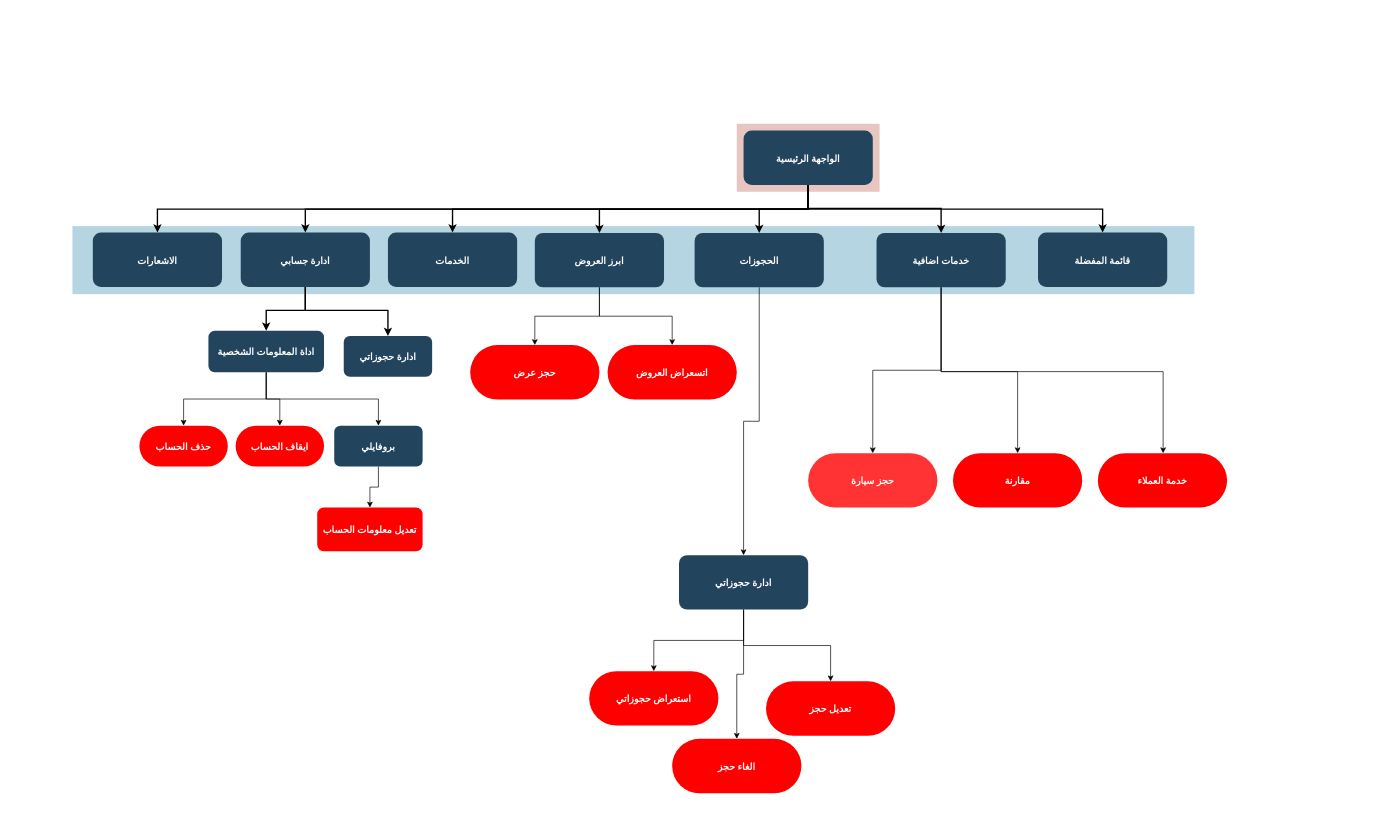
Before: BeautyClientDiagram.drawio in MahmoudAlali/andclinicpatient-new, a draw.io diagram. Source tidied: cells renumbered, new cells numbered last; positions are measured from the earlier drawing's top-left corner, leaving out a move shared by most shapes. Both pictures are drawn from the tidied source at 68%, with x=0, y=0 at pixel (72, 124).
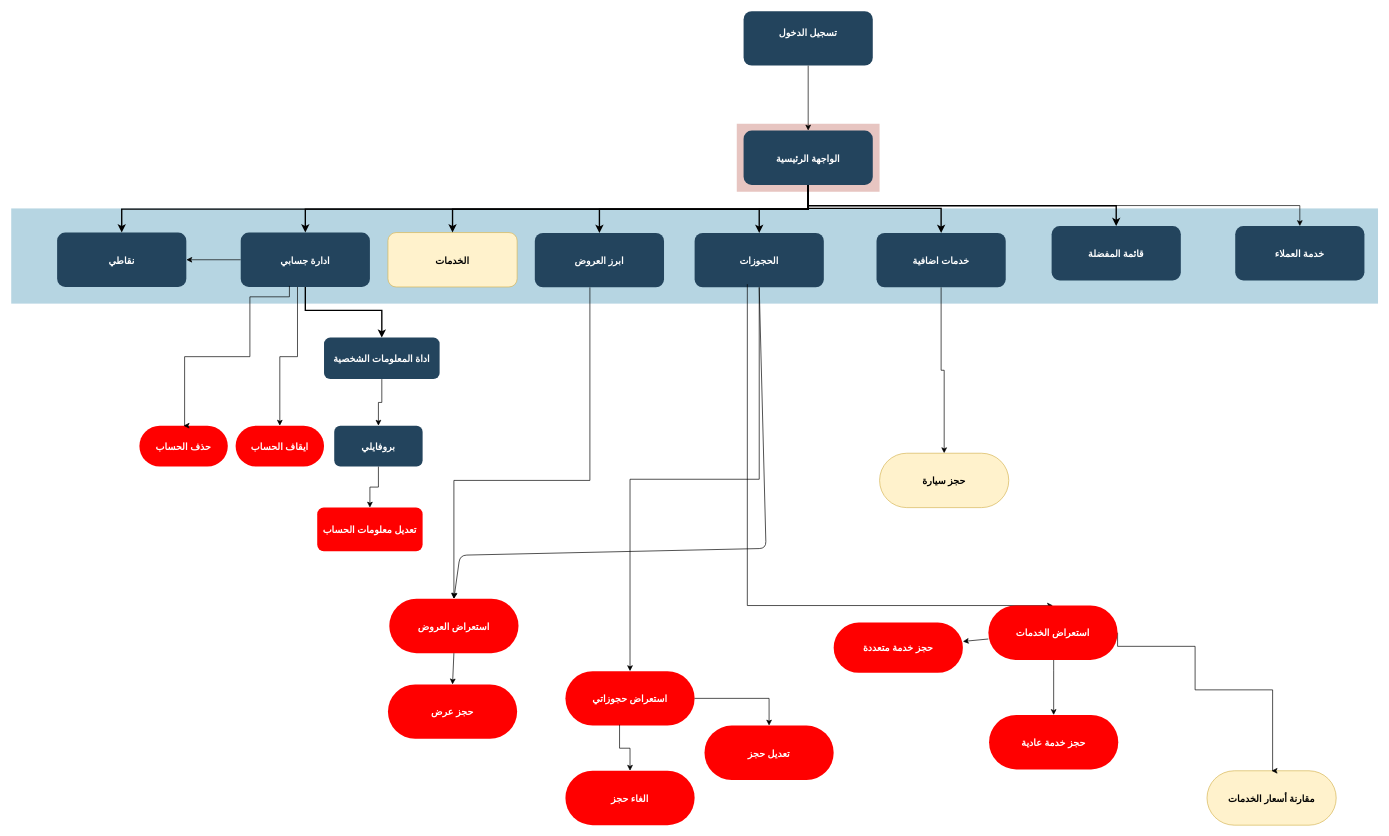
The same diagram, later.

The change refers to these unchanged cells:
```xml
<mxCell id="4" value="الواجهة الرئيسية" style="rounded=1;fillColor=#23445D;gradientColor=none;strokeColor=none;fontColor=#FFFFFF;fontStyle=1;fontFamily=Tahoma;fontSize=14;" parent="1" vertex="1">
  <mxGeometry x="987" y="9.5" width="190" height="80" as="geometry" />
</mxCell>
<mxCell id="6" value="الحجوزات" style="rounded=1;fillColor=#23445D;gradientColor=none;strokeColor=none;fontColor=#FFFFFF;fontStyle=1;fontFamily=Tahoma;fontSize=14;" parent="1" vertex="1">
  <mxGeometry x="915" y="160" width="190" height="80" as="geometry" />
</mxCell>
<mxCell id="12" value="ابرز العروض" style="rounded=1;fillColor=#23445D;gradientColor=none;strokeColor=none;fontColor=#FFFFFF;fontStyle=1;fontFamily=Tahoma;fontSize=14;" parent="1" vertex="1">
  <mxGeometry x="680" y="160" width="190" height="80" as="geometry" />
</mxCell>
<mxCell id="17" value="ادارة جسابي" style="rounded=1;fillColor=#23445D;gradientColor=none;strokeColor=none;fontColor=#FFFFFF;fontStyle=1;fontFamily=Tahoma;fontSize=14;" parent="1" vertex="1">
  <mxGeometry x="247.5" y="159.5" width="190" height="80" as="geometry" />
</mxCell>
<mxCell id="28" value="حذف الحساب" style="rounded=1;fillColor=#FF0000;gradientColor=none;strokeColor=none;fontColor=#FFFFFF;fontStyle=1;fontFamily=Tahoma;fontSize=14;arcSize=50;" parent="1" vertex="1">
  <mxGeometry x="98.5" y="443.5" width="130" height="60" as="geometry" />
</mxCell>
<mxCell id="29" value="ايقاف الحساب" style="rounded=1;fillColor=#FF0000;gradientColor=none;strokeColor=none;fontColor=#FFFFFF;fontStyle=1;fontFamily=Tahoma;fontSize=14;arcSize=50;" parent="1" vertex="1">
  <mxGeometry x="240" y="443.5" width="130" height="60" as="geometry" />
</mxCell>
<mxCell id="36" value="خدمات اضافية" style="rounded=1;fillColor=#23445D;gradientColor=none;strokeColor=none;fontColor=#FFFFFF;fontStyle=1;fontFamily=Tahoma;fontSize=14;" parent="1" vertex="1">
  <mxGeometry x="1182.5" y="160" width="190" height="80" as="geometry" />
</mxCell>
```

Change to the diagram source:
```diff
@@
     <mxCell id="3" style="fillColor=#10739E;strokeColor=none;opacity=30;" parent="1" vertex="1">
-      <mxGeometry y="150" width="1650" height="100" as="geometry" />
+      <mxGeometry x="-90" y="124" width="2010" height="140" as="geometry" />
     </mxCell>
@@
-    <mxCell id="5" style="edgeStyle=orthogonalEdgeStyle;rounded=0;jettySize=auto;html=1;" parent="1" edge="1" source="6" target="8">
-      <mxGeometry relative="1" as="geometry" />
-    </mxCell>
@@
-    <mxCell id="7" style="edgeStyle=orthogonalEdgeStyle;rounded=0;jettySize=auto;html=1;" parent="1" edge="1" source="8" target="9">
+    <mxCell id="7" style="edgeStyle=orthogonalEdgeStyle;rounded=0;jettySize=auto;html=1;exitX=0.5;exitY=1;exitDx=0;exitDy=0;" parent="1" edge="1" source="6" target="9">
       <mxGeometry relative="1" as="geometry" />
     </mxCell>
-    <mxCell id="8" value="ادارة حجوزاتي" style="rounded=1;fillColor=#23445D;gradientColor=none;strokeColor=none;fontColor=#FFFFFF;fontStyle=1;fontFamily=Tahoma;fontSize=14;" parent="1" vertex="1">
-      <mxGeometry x="892" y="634" width="190" height="80" as="geometry" />
-    </mxCell>
+    <mxCell id="49" style="edgeStyle=orthogonalEdgeStyle;rounded=0;jettySize=auto;html=1;entryX=0.5;entryY=0;entryDx=0;entryDy=0;exitX=0.408;exitY=0.942;exitDx=0;exitDy=0;exitPerimeter=0;" parent="1" edge="1" source="6" target="57">
+      <mxGeometry relative="1" as="geometry">
+        <Array as="points">
+          <mxPoint x="993" y="708" />
+        </Array>
+      </mxGeometry>
+    </mxCell>
     <mxCell id="9" value="استعراض حجوزاتي" style="rounded=1;fillColor=#FF0000;gradientColor=none;strokeColor=none;fontColor=#FFFFFF;fontStyle=1;fontFamily=Tahoma;fontSize=14;arcSize=50;" parent="1" vertex="1">
-      <mxGeometry x="760" y="804.5" width="190" height="80" as="geometry" />
+      <mxGeometry x="725" y="804.5" width="190" height="80" as="geometry" />
     </mxCell>
@@
-    <mxCell id="11" style="edgeStyle=orthogonalEdgeStyle;rounded=0;jettySize=auto;html=1;" parent="1" edge="1" source="12" target="14">
-      <mxGeometry relative="1" as="geometry" />
+    <mxCell id="11" style="edgeStyle=orthogonalEdgeStyle;rounded=0;jettySize=auto;html=1;entryX=0.5;entryY=0;entryDx=0;entryDy=0;" parent="1" edge="1" source="12" target="59">
+      <mxGeometry relative="1" as="geometry">
+        <Array as="points">
+          <mxPoint x="761" y="524" />
+          <mxPoint x="561" y="524" />
+        </Array>
+      </mxGeometry>
     </mxCell>
@@
-    <mxCell id="13" style="edgeStyle=orthogonalEdgeStyle;rounded=0;jettySize=auto;html=1;exitX=0.5;exitY=1;exitDx=0;exitDy=0;" parent="1" edge="1" source="12" target="15">
-      <mxGeometry relative="1" as="geometry" />
-    </mxCell>
-    <mxCell id="14" value="حجز عرض" style="rounded=1;fillColor=#FF0000;gradientColor=none;strokeColor=none;fontColor=#FFFFFF;fontStyle=1;fontFamily=Tahoma;fontSize=14;arcSize=50;" parent="1" vertex="1">
-      <mxGeometry x="585" y="325" width="190" height="80" as="geometry" />
-    </mxCell>
-    <mxCell id="15" value="اتسعراض العروض" style="rounded=1;fillColor=#FF0000;gradientColor=none;strokeColor=none;fontColor=#FFFFFF;fontStyle=1;fontFamily=Tahoma;fontSize=14;arcSize=50;" parent="1" vertex="1">
-      <mxGeometry x="787" y="325" width="190" height="80" as="geometry" />
-    </mxCell>
-    <mxCell id="16" value="الخدمات" style="rounded=1;fillColor=#23445D;gradientColor=none;strokeColor=none;fontColor=#FFFFFF;fontStyle=1;fontFamily=Tahoma;fontSize=14;" parent="1" vertex="1">
+    <mxCell id="16" value="الخدمات" style="rounded=1;fillColor=#fff2cc;strokeColor=#d6b656;fontStyle=1;fontFamily=Tahoma;fontSize=14;" parent="1" vertex="1">
       <mxGeometry x="464" y="159.5" width="190" height="80" as="geometry" />
     </mxCell>
+    <mxCell id="50" style="edgeStyle=orthogonalEdgeStyle;rounded=0;jettySize=auto;html=1;" parent="1" edge="1" source="17" target="51">
+      <mxGeometry relative="1" as="geometry" />
+    </mxCell>
@@
+    <mxCell id="51" value="نقاطي" style="rounded=1;fillColor=#23445D;gradientColor=none;strokeColor=none;fontColor=#FFFFFF;fontStyle=1;fontFamily=Tahoma;fontSize=14;" parent="1" vertex="1">
+      <mxGeometry x="-22.5" y="159.5" width="190" height="80" as="geometry" />
+    </mxCell>
@@
-    <mxCell id="21" style="edgeStyle=orthogonalEdgeStyle;rounded=0;jettySize=auto;html=1;" parent="1" edge="1" source="22" target="29">
-      <mxGeometry relative="1" as="geometry" />
+    <mxCell id="21" style="edgeStyle=orthogonalEdgeStyle;rounded=0;jettySize=auto;html=1;" parent="1" edge="1" source="17" target="29">
+      <mxGeometry relative="1" as="geometry">
+        <Array as="points">
+          <mxPoint x="331" y="342" />
+          <mxPoint x="305" y="342" />
+        </Array>
+      </mxGeometry>
     </mxCell>
     <mxCell id="22" value="اداة المعلومات الشخصية" style="rounded=1;fillColor=#23445D;gradientColor=none;strokeColor=none;fontColor=#FFFFFF;fontStyle=1;fontFamily=Tahoma;fontSize=14;" parent="1" vertex="1">
-      <mxGeometry x="200" y="304" width="170" height="61" as="geometry" />
+      <mxGeometry x="370" y="314" width="170" height="61" as="geometry" />
     </mxCell>
-    <mxCell id="23" value="الاشعارات" style="rounded=1;fillColor=#23445D;gradientColor=none;strokeColor=none;fontColor=#FFFFFF;fontStyle=1;fontFamily=Tahoma;fontSize=14;" parent="1" vertex="1">
-      <mxGeometry x="30" y="159.5" width="190" height="80" as="geometry" />
-    </mxCell>
-    <mxCell id="24" style="edgeStyle=elbowEdgeStyle;elbow=vertical;strokeWidth=2;rounded=0;entryX=0.5;entryY=0;entryDx=0;entryDy=0;exitX=0.5;exitY=1;exitDx=0;exitDy=0;" parent="1" edge="1" source="4" target="23">
+    <mxCell id="24" style="edgeStyle=elbowEdgeStyle;elbow=vertical;strokeWidth=2;rounded=0;entryX=0.5;entryY=0;entryDx=0;entryDy=0;exitX=0.5;exitY=1;exitDx=0;exitDy=0;" parent="1" edge="1" source="4" target="51">
       <mxGeometry x="-13" y="145.5" as="geometry" />
     </mxCell>
-    <mxCell id="25" value="ادارة حجوزاتي" style="rounded=1;fillColor=#23445D;gradientColor=none;strokeColor=none;fontColor=#FFFFFF;fontStyle=1;fontFamily=Tahoma;fontSize=14;" parent="1" vertex="1">
-      <mxGeometry x="399" y="311.5" width="130" height="60" as="geometry" />
-    </mxCell>
-    <mxCell id="26" style="edgeStyle=elbowEdgeStyle;elbow=vertical;strokeWidth=2;rounded=0;exitX=0.5;exitY=1;exitDx=0;exitDy=0;entryX=0.5;entryY=0;entryDx=0;entryDy=0;" parent="1" edge="1" source="17" target="25">
-      <mxGeometry x="-13" y="145.5" as="geometry">
-        <Array as="points">
-          <mxPoint x="470" y="274" />
-        </Array>
-      </mxGeometry>
-    </mxCell>
@@
-    <mxCell id="33" style="edgeStyle=orthogonalEdgeStyle;rounded=0;jettySize=auto;html=1;entryX=0.5;entryY=0;entryDx=0;entryDy=0;exitX=0.5;exitY=1;exitDx=0;exitDy=0;" parent="1" edge="1" source="22" target="28">
-      <mxGeometry relative="1" as="geometry" />
+    <mxCell id="33" style="edgeStyle=orthogonalEdgeStyle;rounded=0;jettySize=auto;html=1;entryX=0.5;entryY=0;entryDx=0;entryDy=0;exitX=0.377;exitY=0.981;exitDx=0;exitDy=0;exitPerimeter=0;" parent="1" edge="1" source="17" target="28">
+      <mxGeometry relative="1" as="geometry">
+        <Array as="points">
+          <mxPoint x="319" y="254" />
+          <mxPoint x="261" y="254" />
+          <mxPoint x="261" y="342" />
+          <mxPoint x="165" y="342" />
+        </Array>
+      </mxGeometry>
     </mxCell>
@@
+    <mxCell id="52" style="edgeStyle=orthogonalEdgeStyle;rounded=0;jettySize=auto;html=1;exitX=0.5;exitY=1;exitDx=0;exitDy=0;" parent="1" edge="1" source="4" target="43">
+      <mxGeometry relative="1" as="geometry" />
+    </mxCell>
     <mxCell id="38" value="قائمة المفضلة" style="rounded=1;fillColor=#23445D;gradientColor=none;strokeColor=none;fontColor=#FFFFFF;fontStyle=1;fontFamily=Tahoma;fontSize=14;" parent="1" vertex="1">
-      <mxGeometry x="1420" y="159.5" width="190" height="80" as="geometry" />
+      <mxGeometry x="1440" y="150" width="190" height="80" as="geometry" />
     </mxCell>
+    <mxCell id="43" value="خدمة العملاء" style="rounded=1;fillColor=#23445D;gradientColor=none;strokeColor=none;fontColor=#FFFFFF;fontStyle=1;fontFamily=Tahoma;fontSize=14;" parent="1" vertex="1">
+      <mxGeometry x="1710" y="150" width="190" height="80" as="geometry" />
+    </mxCell>
-    <mxCell id="39" value="حجز سيارة" style="rounded=1;fillColor=#FF3333;gradientColor=none;strokeColor=none;fontColor=#FFFFFF;fontStyle=1;fontFamily=Tahoma;fontSize=14;arcSize=50;" parent="1" vertex="1">
-      <mxGeometry x="1082" y="484" width="190" height="80" as="geometry" />
+    <mxCell id="39" value="حجز سيارة" style="rounded=1;fillColor=#fff2cc;strokeColor=#d6b656;fontStyle=1;fontFamily=Tahoma;fontSize=14;arcSize=50;" parent="1" vertex="1">
+      <mxGeometry x="1187" y="484" width="190" height="80" as="geometry" />
     </mxCell>
@@
-    <mxCell id="41" style="edgeStyle=orthogonalEdgeStyle;rounded=0;jettySize=auto;html=1;exitX=0.5;exitY=1;exitDx=0;exitDy=0;" parent="1" edge="1" source="36" target="43">
-      <mxGeometry relative="1" as="geometry">
-        <Array as="points">
-          <mxPoint x="1277" y="364" />
-          <mxPoint x="1604" y="364" />
-        </Array>
-      </mxGeometry>
-    </mxCell>
-    <mxCell id="42" value="مقارنة" style="rounded=1;fillColor=#FF0000;gradientColor=none;strokeColor=none;fontColor=#FFFFFF;fontStyle=1;fontFamily=Tahoma;fontSize=14;arcSize=50;" parent="1" vertex="1">
-      <mxGeometry x="1295" y="484" width="190" height="80" as="geometry" />
+    <mxCell id="42" value="مقارنة أسعار الخدمات" style="rounded=1;fillColor=#fff2cc;strokeColor=#d6b656;fontStyle=1;fontFamily=Tahoma;fontSize=14;arcSize=50;" parent="1" vertex="1">
+      <mxGeometry x="1668.5" y="951" width="190" height="80" as="geometry" />
     </mxCell>
-    <mxCell id="43" value="خدمة العملاء" style="rounded=1;fillColor=#FF0000;gradientColor=none;strokeColor=none;fontColor=#FFFFFF;fontStyle=1;fontFamily=Tahoma;fontSize=14;arcSize=50;" parent="1" vertex="1">
-      <mxGeometry x="1508" y="484" width="190" height="80" as="geometry" />
-    </mxCell>
-    <mxCell id="44" style="edgeStyle=orthogonalEdgeStyle;rounded=0;jettySize=auto;html=1;exitX=0.5;exitY=1;exitDx=0;exitDy=0;entryX=0.5;entryY=0;entryDx=0;entryDy=0;" parent="1" edge="1" source="36" target="42">
+    <mxCell id="44" style="edgeStyle=orthogonalEdgeStyle;rounded=0;jettySize=auto;html=1;exitX=1;exitY=0.5;exitDx=0;exitDy=0;entryX=0.5;entryY=0;entryDx=0;entryDy=0;" parent="1" edge="1" source="57" target="42">
       <mxGeometry relative="1" as="geometry">
         <Array as="points">
-          <mxPoint x="1277" y="364" />
-          <mxPoint x="1390" y="364" />
+          <mxPoint x="1537" y="768" />
+          <mxPoint x="1651" y="768" />
+          <mxPoint x="1651" y="832" />
+          <mxPoint x="1765" y="832" />
         </Array>
       </mxGeometry>
     </mxCell>
-    <mxCell id="45" style="edgeStyle=orthogonalEdgeStyle;rounded=0;jettySize=auto;html=1;entryX=0.5;entryY=0;entryDx=0;entryDy=0;" parent="1" edge="1" source="8" target="46">
+    <mxCell id="45" style="edgeStyle=orthogonalEdgeStyle;rounded=0;jettySize=auto;html=1;entryX=0.5;entryY=0;entryDx=0;entryDy=0;exitX=0.419;exitY=0.985;exitDx=0;exitDy=0;exitPerimeter=0;" parent="1" edge="1" source="9" target="46">
       <mxGeometry relative="1" as="geometry" />
     </mxCell>
     <mxCell id="46" value="الغاء حجز" style="rounded=1;fillColor=#FF0000;gradientColor=none;strokeColor=none;fontColor=#FFFFFF;fontStyle=1;fontFamily=Tahoma;fontSize=14;arcSize=50;" parent="1" vertex="1">
-      <mxGeometry x="882" y="904" width="190" height="80" as="geometry" />
+      <mxGeometry x="725" y="951" width="190" height="80" as="geometry" />
     </mxCell>
     <mxCell id="47" value="تعديل حجز" style="rounded=1;fillColor=#FF0000;gradientColor=none;strokeColor=none;fontColor=#FFFFFF;fontStyle=1;fontFamily=Tahoma;fontSize=14;arcSize=50;" parent="1" vertex="1">
-      <mxGeometry x="1020" y="819.5" width="190" height="80" as="geometry" />
+      <mxGeometry x="929.5" y="884.5" width="190" height="80" as="geometry" />
     </mxCell>
-    <mxCell id="48" style="edgeStyle=orthogonalEdgeStyle;rounded=0;jettySize=auto;html=1;entryX=0.5;entryY=0;entryDx=0;entryDy=0;exitX=0.5;exitY=1;exitDx=0;exitDy=0;" parent="1" edge="1" source="8" target="47">
+    <mxCell id="48" style="edgeStyle=orthogonalEdgeStyle;rounded=0;jettySize=auto;html=1;entryX=0.5;entryY=0;entryDx=0;entryDy=0;exitX=1;exitY=0.5;exitDx=0;exitDy=0;" parent="1" edge="1" source="9" target="47">
       <mxGeometry relative="1" as="geometry" />
     </mxCell>
+    <mxCell id="53" value="تسجيل الدخول&#10;" style="rounded=1;fillColor=#23445D;gradientColor=none;strokeColor=none;fontColor=#FFFFFF;fontStyle=1;fontFamily=Tahoma;fontSize=14;" parent="1" vertex="1">
+      <mxGeometry x="987" y="-166" width="190" height="80" as="geometry" />
+    </mxCell>
+    <mxCell id="54" style="endArrow=classic;html=1;exitX=0.5;exitY=1;exitDx=0;exitDy=0;" parent="1" edge="1" source="53" target="4">
+      <mxGeometry relative="1" as="geometry" />
+    </mxCell>
+    <mxCell id="55" value="حجز خدمة عادية" style="rounded=1;fillColor=#FF0000;gradientColor=none;strokeColor=none;fontColor=#FFFFFF;fontStyle=1;fontFamily=Tahoma;fontSize=14;arcSize=50;" parent="1" vertex="1">
+      <mxGeometry x="1348" y="869" width="190" height="80" as="geometry" />
+    </mxCell>
+    <mxCell id="56" style="edgeStyle=orthogonalEdgeStyle;rounded=0;jettySize=auto;html=1;entryX=0.5;entryY=0;entryDx=0;entryDy=0;" parent="1" edge="1" source="57" target="55">
+      <mxGeometry relative="1" as="geometry">
+        <Array as="points">
+          <mxPoint x="1443" y="804" />
+          <mxPoint x="1443" y="804" />
+        </Array>
+      </mxGeometry>
+    </mxCell>
+    <mxCell id="57" value="استعراض الخدمات" style="rounded=1;fillColor=#FF0000;gradientColor=none;strokeColor=none;fontColor=#FFFFFF;fontStyle=1;fontFamily=Tahoma;fontSize=14;arcSize=50;" parent="1" vertex="1">
+      <mxGeometry x="1347" y="708" width="190" height="80" as="geometry" />
+    </mxCell>
+    <mxCell id="58" value="حجز خدمة متعددة" style="rounded=1;fillColor=#FF0000;gradientColor=none;strokeColor=none;fontColor=#FFFFFF;fontStyle=1;fontFamily=Tahoma;fontSize=14;arcSize=50;" parent="1" vertex="1">
+      <mxGeometry x="1119.5" y="733" width="190" height="74" as="geometry" />
+    </mxCell>
+    <mxCell id="14" value="حجز عرض" style="rounded=1;fillColor=#FF0000;gradientColor=none;strokeColor=none;fontColor=#FFFFFF;fontStyle=1;fontFamily=Tahoma;fontSize=14;arcSize=50;" parent="1" vertex="1">
+      <mxGeometry x="464" y="824" width="190" height="80" as="geometry" />
+    </mxCell>
+    <mxCell id="59" value="استعراض العروض" style="rounded=1;fillColor=#FF0000;gradientColor=none;strokeColor=none;fontColor=#FFFFFF;fontStyle=1;fontFamily=Tahoma;fontSize=14;arcSize=50;" parent="1" vertex="1">
+      <mxGeometry x="466" y="698" width="190" height="80" as="geometry" />
+    </mxCell>
+    <mxCell id="60" style="endArrow=classic;html=1;" parent="1" edge="1" source="57" target="58">
+      <mxGeometry relative="1" as="geometry" />
+    </mxCell>
+    <mxCell id="61" style="endArrow=classic;html=1;entryX=0.5;entryY=0;entryDx=0;entryDy=0;exitX=0.5;exitY=1;exitDx=0;exitDy=0;" parent="1" edge="1" source="59" target="14">
+      <mxGeometry relative="1" as="geometry" />
+    </mxCell>
+    <mxCell id="62" style="endArrow=classic;html=1;entryX=0.5;entryY=0;entryDx=0;entryDy=0;exitX=0.5;exitY=1;exitDx=0;exitDy=0;" parent="1" edge="1" source="6" target="59">
+      <mxGeometry relative="1" as="geometry">
+        <Array as="points">
+          <mxPoint x="1020" y="624" />
+          <mxPoint x="570" y="634" />
+        </Array>
+      </mxGeometry>
+    </mxCell>
```
